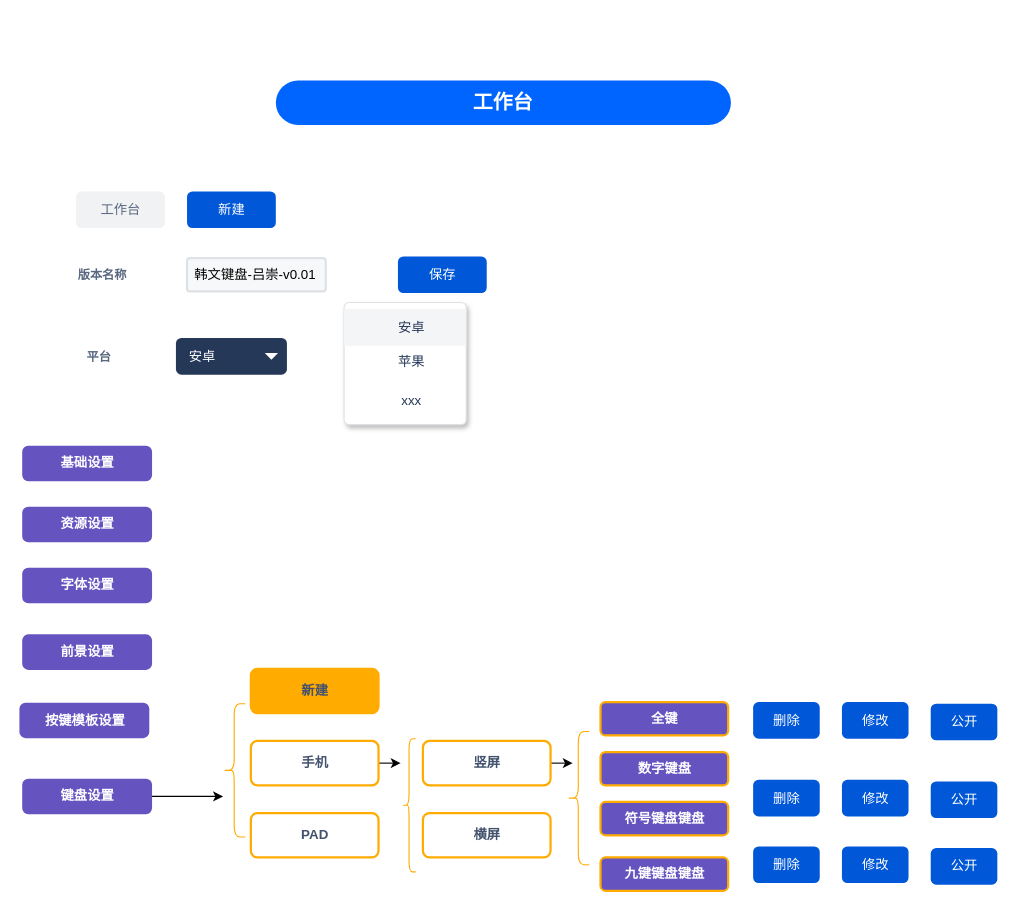
Earlier version of the draw.io diagram layout-editor/工作台表单.drawio (chonglv/charts). Source tidied: cells renumbered, new cells numbered last; positions are measured from the earlier drawing's top-left corner, leaving out a move shared by most shapes. Both pictures are drawn from the tidied source at 111%, with x=0, y=0 at pixel (20, 80).
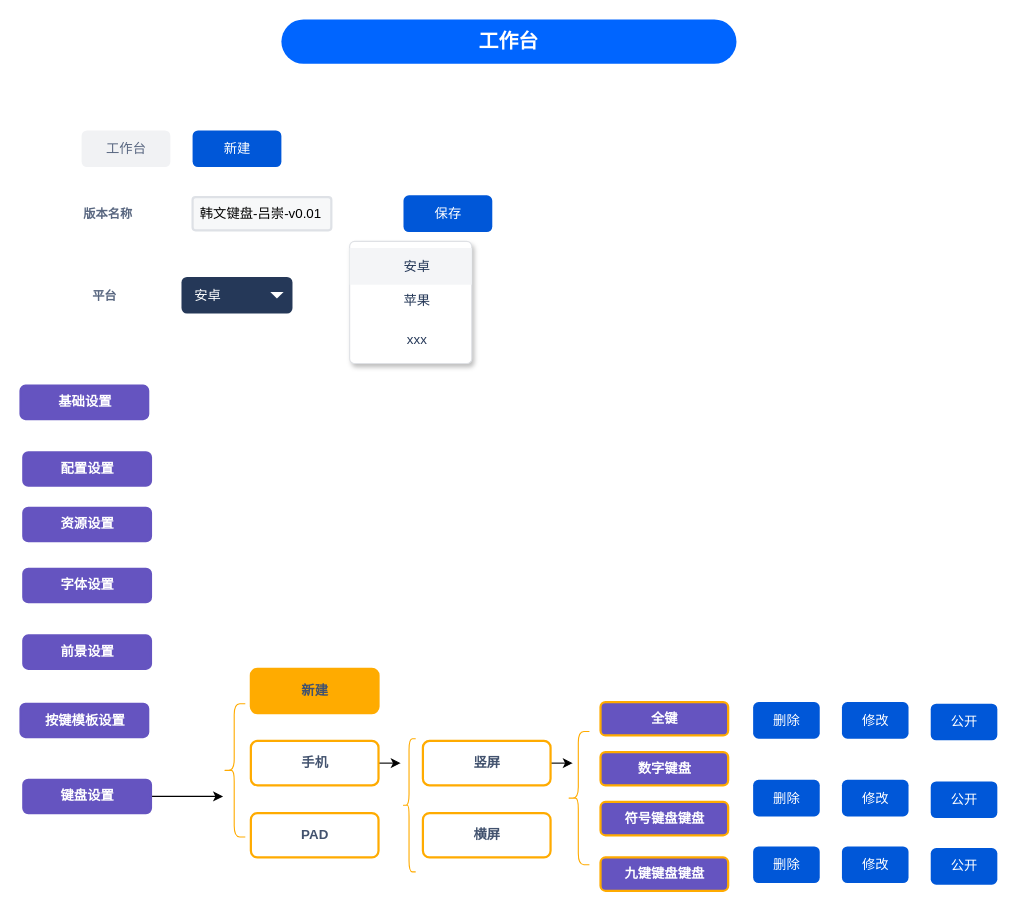
Above is the later version.

Commit message:
更新工作台表单.drawio

Change to the diagram source:
```diff
@@
     <mxCell id="2" value="工作台" style="rounded=1;fillColor=#0065FF;strokeColor=none;html=1;fontColor=#ffffff;align=center;verticalAlign=middle;whiteSpace=wrap;fontSize=18;fontStyle=1;arcSize=50;" parent="1" vertex="1">
-      <mxGeometry x="230" width="410" height="40" as="geometry" />
+      <mxGeometry x="235" y="-55" width="410" height="40" as="geometry" />
     </mxCell>
     <mxCell id="3" value="新建" style="rounded=1;fillColor=#0057D8;align=center;strokeColor=none;html=1;fontColor=#ffffff;fontSize=12;" parent="1" vertex="1">
-      <mxGeometry x="150" y="100" width="80" height="33" as="geometry" />
+      <mxGeometry x="155" y="45" width="80" height="33" as="geometry" />
     </mxCell>
     <mxCell id="4" value="韩文键盘-吕崇-v0.01" style="rounded=1;arcSize=9;fillColor=#F7F8F9;align=left;spacingLeft=5;strokeColor=#DEE1E6;html=1;strokeWidth=2;fontSize=12;" parent="1" vertex="1">
-      <mxGeometry x="150" y="160" width="125" height="30" as="geometry" />
+      <mxGeometry x="155" y="105" width="125" height="30" as="geometry" />
     </mxCell>
     <mxCell id="5" value="版本名称" style="fillColor=none;strokeColor=none;html=1;fontSize=11;fontStyle=0;align=left;fontColor=#596780;fontStyle=1;fontSize=11;" parent="1" vertex="1">
-      <mxGeometry x="50" y="165" width="60" height="20" as="geometry" />
+      <mxGeometry x="55" y="110" width="60" height="20" as="geometry" />
     </mxCell>
     <mxCell id="6" value="保存" style="rounded=1;fillColor=#0057D8;align=center;strokeColor=none;html=1;fontColor=#ffffff;fontSize=12;" parent="1" vertex="1">
-      <mxGeometry x="340" y="158.5" width="80" height="33" as="geometry" />
+      <mxGeometry x="345" y="103.5" width="80" height="33" as="geometry" />
     </mxCell>
     <mxCell id="7" value="工作台" style="rounded=1;align=center;fillColor=#F1F2F4;strokeColor=none;html=1;fontColor=#596780;fontSize=12;" parent="1" vertex="1">
-      <mxGeometry x="50" y="100" width="80" height="33" as="geometry" />
+      <mxGeometry x="55" y="45" width="80" height="33" as="geometry" />
     </mxCell>
@@
     <mxCell id="11" value="基础设置" style="dashed=0;html=1;rounded=1;fillColor=#6554C0;strokeColor=#6554C0;fontSize=12;align=center;fontStyle=1;strokeWidth=2;fontColor=#ffffff;" parent="1" vertex="1">
-      <mxGeometry x="2.5" y="330" width="115" height="30" as="geometry" />
+      <mxGeometry y="275" width="115" height="30" as="geometry" />
     </mxCell>
@@
     <mxCell id="21" value="安卓" style="rounded=1;fillColor=#253858;strokeColor=none;html=1;fontColor=#ffffff;align=left;fontSize=12;spacingLeft=10;" parent="1" vertex="1">
-      <mxGeometry x="140" y="232" width="100" height="33" as="geometry" />
+      <mxGeometry x="145" y="177" width="100" height="33" as="geometry" />
     </mxCell>
@@
     <mxCell id="23" style="rounded=1;fillColor=#ffffff;strokeColor=#DFE1E5;shadow=1;html=1;arcSize=4;align=center;" parent="1" vertex="1">
-      <mxGeometry x="291.5" y="200" width="110" height="110" as="geometry" />
+      <mxGeometry x="296.5" y="145" width="110" height="110" as="geometry" />
     </mxCell>
@@
     <mxCell id="27" value="平台" style="fillColor=none;strokeColor=none;html=1;fontSize=11;fontStyle=0;align=left;fontColor=#596780;fontStyle=1;fontSize=11;" parent="1" vertex="1">
-      <mxGeometry x="57.5" y="238.5" width="60" height="20" as="geometry" />
+      <mxGeometry x="62.5" y="183.5" width="60" height="20" as="geometry" />
     </mxCell>
@@
+    <mxCell id="45" value="配置设置" style="dashed=0;html=1;rounded=1;fillColor=#6554C0;strokeColor=#6554C0;fontSize=12;align=center;fontStyle=1;strokeWidth=2;fontColor=#ffffff;" parent="1" vertex="1">
+      <mxGeometry x="2.5" y="335" width="115" height="30" as="geometry" />
+    </mxCell>
```
